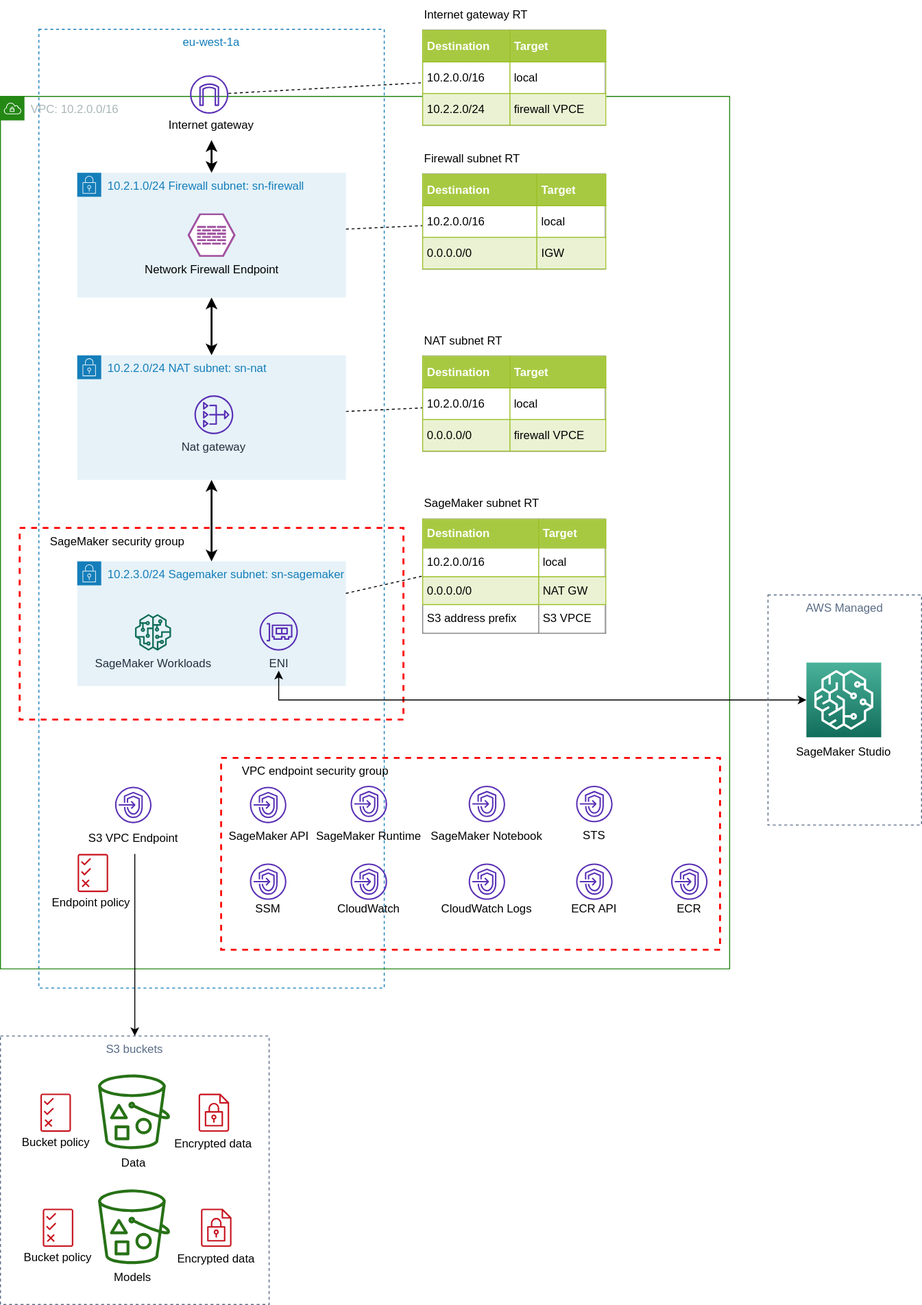
The draw.io diagram design/sagemaker-studio-vpc.drawio.svg in aws-samples/amazon-sagemaker-studio-vpc-networkfirewall, before a commit. Source tidied: cells renumbered, new cells last; positions are measured from the earlier drawing's top-left corner, leaving out a move shared by most shapes.
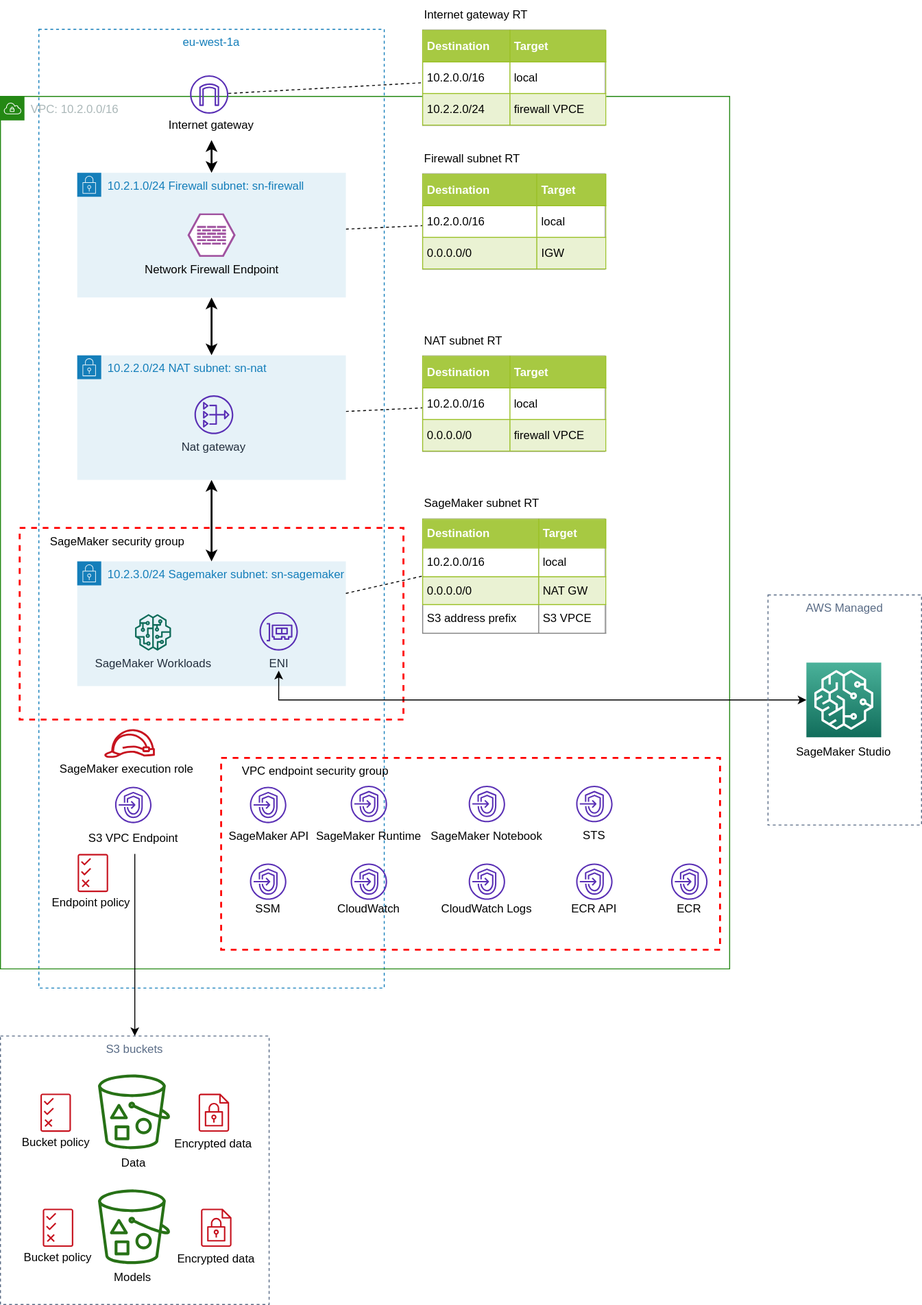
Later version of the same file.

What changed in the source:
```diff
@@ -277,5 +277,14 @@
     <mxCell id="91" value="AWS Managed" style="fillColor=none;strokeColor=#5A6C86;dashed=1;verticalAlign=top;fontStyle=0;fontColor=#5A6C86;align=center;" parent="1" vertex="1">
       <mxGeometry x="800" y="620" width="160" height="240" as="geometry" />
     </mxCell>
+    <mxCell id="92" style="group;" parent="1" vertex="1">
+      <mxGeometry x="60" y="760" width="150" height="57.2" as="geometry" />
+    </mxCell>
+    <mxCell id="93" value="SageMaker execution role" style="text;html=1;strokeColor=none;fillColor=none;align=left;verticalAlign=middle;whiteSpace=wrap;rounded=0;" parent="92" vertex="1">
+      <mxGeometry y="26" width="150" height="31.2" as="geometry" />
+    </mxCell>
+    <mxCell id="94" style="fontColor=#232F3E;gradientColor=none;fillColor=#C7131F;strokeColor=none;dashed=0;verticalLabelPosition=bottom;verticalAlign=top;align=center;html=1;fontSize=12;fontStyle=0;shape=mxgraph.aws4.role;" parent="92" vertex="1">
+      <mxGeometry x="48" width="53.2" height="30" as="geometry" />
+    </mxCell>
   </root>
 </mxGraphModel>
```
